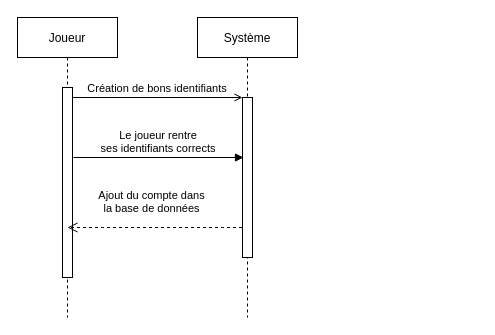
This is 1-Spécifications/Sequence/DiagrammeDeSéquence_s'identifier.drawio from Kimaaaaaaa/Plots-_Lumineux_BTS_2022-2024, a draw.io file, before an edit. Source tidied: cells renumbered, new cells numbered last; positions are measured from the earlier drawing's top-left corner, leaving out a move shared by most shapes. Both pictures are drawn from the tidied source at 100%, with x=0, y=0 at pixel (17, 17).
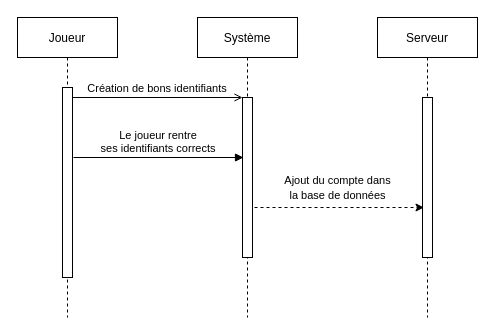
The same page after the edit.

What changed in the source:
```diff
@@
 <mxGraphModel>
   <root>
     <mxCell id="0" />
     <mxCell id="1" parent="0" />
     <mxCell id="2" value="Joueur" style="shape=umlLifeline;perimeter=lifelinePerimeter;rounded=0;shadow=0;strokeWidth=1;" parent="1" vertex="1">
       <mxGeometry width="100" height="300" as="geometry" />
     </mxCell>
     <mxCell id="3" style="points=[];perimeter=orthogonalPerimeter;rounded=0;shadow=0;strokeWidth=1;" parent="2" vertex="1">
       <mxGeometry x="45" y="70" width="10" height="190" as="geometry" />
     </mxCell>
     <mxCell id="4" value="Système" style="shape=umlLifeline;perimeter=lifelinePerimeter;rounded=0;shadow=0;strokeWidth=1;" parent="1" vertex="1">
       <mxGeometry x="180" width="100" height="300" as="geometry" />
     </mxCell>
     <mxCell id="5" style="points=[];perimeter=orthogonalPerimeter;rounded=0;shadow=0;strokeWidth=1;" parent="4" vertex="1">
       <mxGeometry x="45" y="80" width="10" height="160" as="geometry" />
     </mxCell>
+    <mxCell id="9" style="endArrow=classic;html=1;rounded=0;dashed=1;" parent="4" edge="1">
+      <mxGeometry relative="1" as="geometry">
+        <mxPoint x="57" y="190" as="sourcePoint" />
+        <mxPoint x="226.5" y="190" as="targetPoint" />
+      </mxGeometry>
+    </mxCell>
     <mxCell id="6" value="Création de bons identifiants" style="verticalAlign=bottom;endArrow=open;entryX=0;entryY=0;shadow=0;strokeWidth=1;endFill=0;" parent="1" edge="1" source="3" target="5">
       <mxGeometry relative="1" as="geometry" />
     </mxCell>
+    <mxCell id="8" value="Le joueur rentre &#10;ses identifiants corrects" style="verticalAlign=bottom;endArrow=block;entryX=0;entryY=0;shadow=0;strokeWidth=1;" parent="1" edge="1">
+      <mxGeometry relative="1" as="geometry">
+        <mxPoint x="56" y="140" as="sourcePoint" />
+        <mxPoint x="226" y="140" as="targetPoint" />
+      </mxGeometry>
+    </mxCell>
+    <mxCell id="10" value="Serveur" style="shape=umlLifeline;perimeter=lifelinePerimeter;rounded=0;shadow=0;strokeWidth=1;" parent="1" vertex="1">
+      <mxGeometry x="360" width="100" height="300" as="geometry" />
+    </mxCell>
+    <mxCell id="11" style="perimeter=orthogonalPerimeter;rounded=0;shadow=0;strokeWidth=1;" parent="10" vertex="1">
+      <mxGeometry x="45" y="80" width="10" height="160" as="geometry" />
+    </mxCell>
-    <mxCell id="7" value="Ajout du compte dans &#10;la base de données" style="verticalAlign=bottom;endArrow=open;dashed=1;endSize=8;shadow=0;strokeWidth=1;" parent="1" edge="1">
-      <mxGeometry x="0.03" y="-10" relative="1" as="geometry">
-        <mxPoint x="224.5" y="210" as="sourcePoint" />
-        <mxPoint x="50" y="210" as="targetPoint" />
-        <Array as="points">
-          <mxPoint x="195" y="210" />
-          <mxPoint x="95" y="210" />
-        </Array>
-      </mxGeometry>
+    <mxCell id="7" value="&lt;span style=&quot;font-size: 11px; background-color: rgb(255, 255, 255);&quot;&gt;Ajout du compte dans&lt;/span&gt;&lt;br style=&quot;padding: 0px; margin: 0px; font-size: 11px;&quot;&gt;&lt;span style=&quot;font-size: 11px; background-color: rgb(255, 255, 255);&quot;&gt;la base de données&lt;/span&gt;" style="text;html=1;align=center;verticalAlign=middle;strokeColor=none;fillColor=none;" parent="1" vertex="1">
+      <mxGeometry x="255" y="150" width="130" height="40" as="geometry" />
     </mxCell>
-    <mxCell id="8" value="Le joueur rentre &#10;ses identifiants corrects" style="verticalAlign=bottom;endArrow=block;entryX=0;entryY=0;shadow=0;strokeWidth=1;" parent="1" edge="1">
-      <mxGeometry relative="1" as="geometry">
-        <mxPoint x="56" y="140" as="sourcePoint" />
-        <mxPoint x="226" y="140" as="targetPoint" />
-      </mxGeometry>
-    </mxCell>
   </root>
 </mxGraphModel>
```
